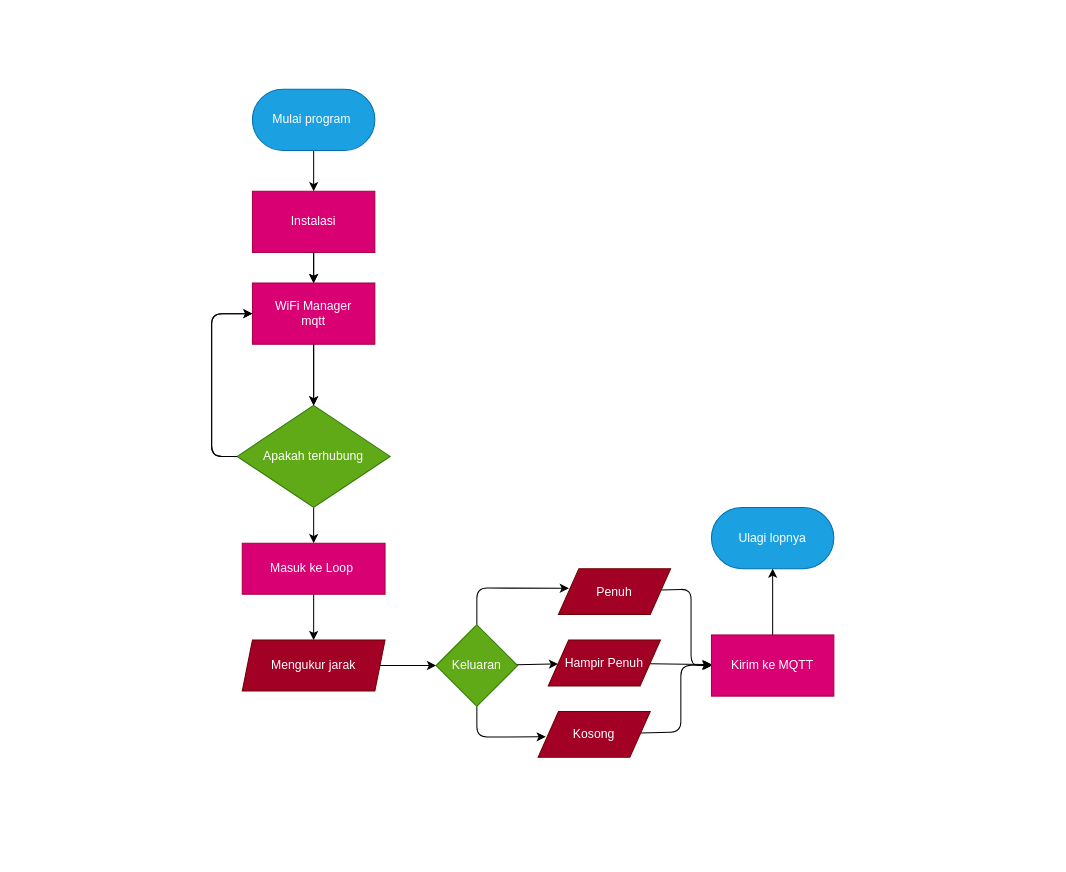
Earlier version of the draw.io diagram diagram/DIAGRAM-ALIR.drawio (Nugraa21/IOT-TONGSAMPAH). Source tidied: cells renumbered, new cells numbered last; positions are measured from the earlier drawing's top-left corner, leaving out a move shared by most shapes. Both pictures are drawn from the tidied source at 102%, with x=0, y=0 at pixel (211, 89).
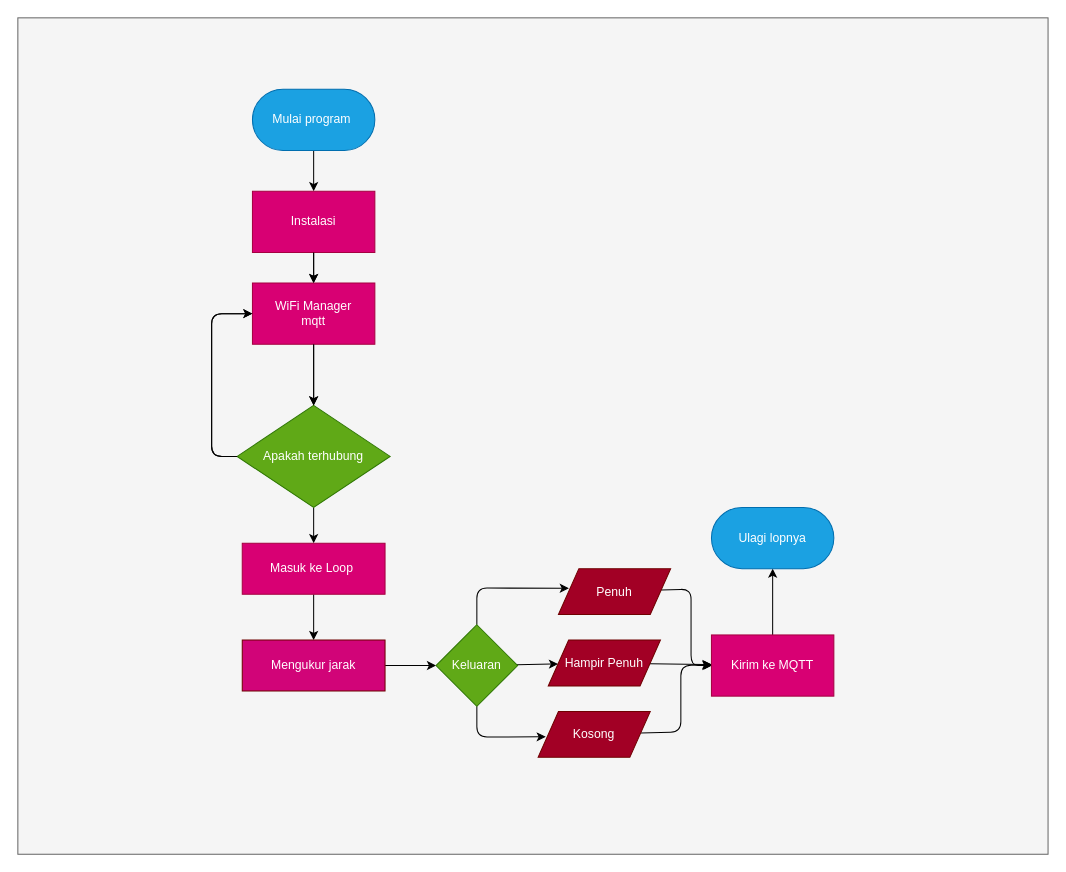
The same diagram, later.

Change to the diagram source:
```diff
@@
+    <mxCell id="31" style="rounded=0;whiteSpace=wrap;html=1;fillColor=#f5f5f5;strokeColor=#666666;fontColor=#333333;" parent="1" vertex="1">
+      <mxGeometry x="-190" y="-70" width="1010" height="820" as="geometry" />
+    </mxCell>
@@
-    <mxCell id="14" value="Mengukur jarak" style="shape=parallelogram;perimeter=parallelogramPerimeter;whiteSpace=wrap;html=1;fixedSize=1;size=10;fillColor=#a20025;fontColor=#ffffff;strokeColor=#6F0000;" parent="1" vertex="1">
+    <mxCell id="14" value="Mengukur jarak" style="shape=parallelogram;perimeter=parallelogramPerimeter;whiteSpace=wrap;html=1;fixedSize=1;size=-20;fillColor=#d10478;fontColor=#ffffff;strokeColor=#6F0000;" parent="1" vertex="1">
       <mxGeometry x="30" y="540" width="140" height="50" as="geometry" />
     </mxCell>
```
